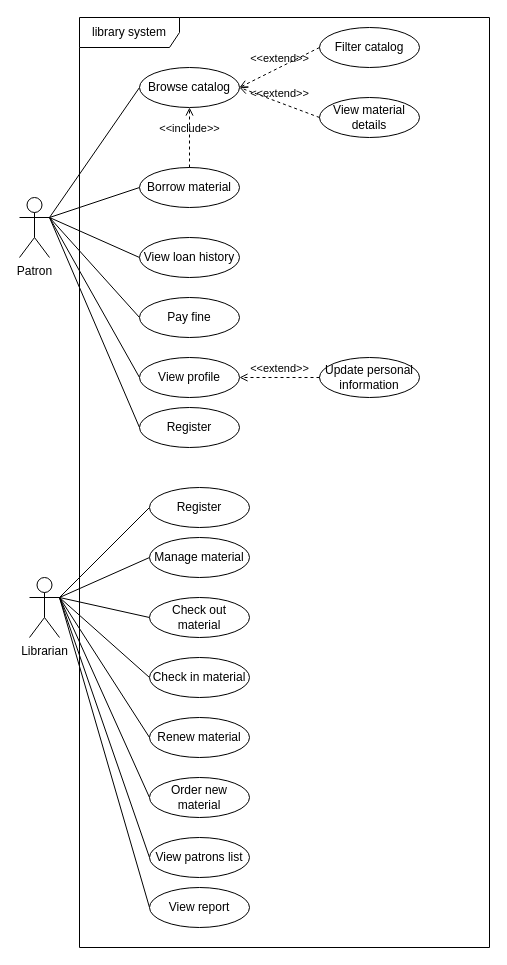
Before: docs/assets/uml-use-case.drawio in creme332/biblionex, a draw.io diagram. Source tidied: cells renumbered, new cells numbered last; positions are measured from the earlier drawing's top-left corner, leaving out a move shared by most shapes. Both pictures are drawn from the tidied source at 100%, with x=0, y=0 at pixel (19, 17).
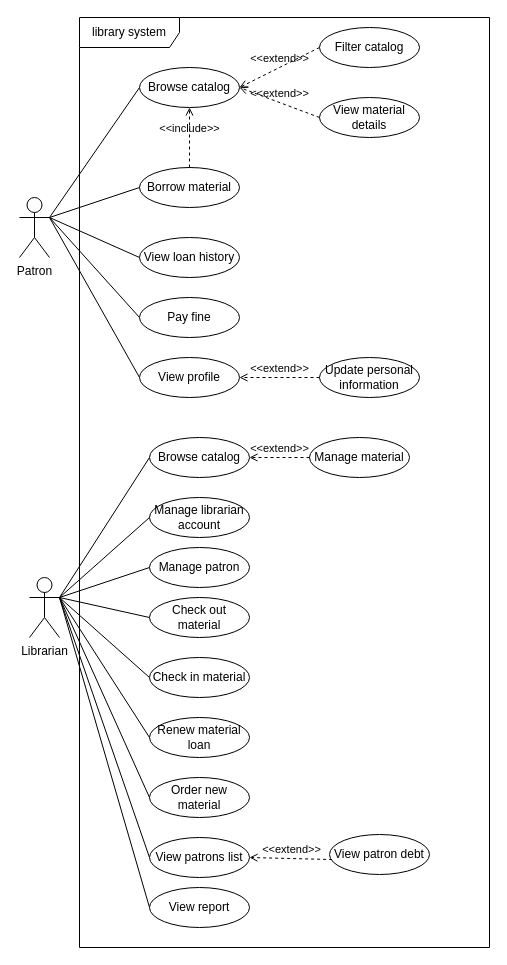
After the change.

Commit message:
- remove register use case - add browse catalog as use case for librarian

Unchanged cells that the change refers to:
```xml
<mxCell id="8" value="Patron" style="shape=umlActor;verticalLabelPosition=bottom;verticalAlign=top;html=1;" parent="1" vertex="1">
  <mxGeometry y="180" width="30" height="60" as="geometry" />
</mxCell>
<mxCell id="27" value="Librarian" style="shape=umlActor;verticalLabelPosition=bottom;verticalAlign=top;html=1;" parent="1" vertex="1">
  <mxGeometry x="10" y="560" width="30" height="60" as="geometry" />
</mxCell>
<mxCell id="36" value="View patrons list" style="ellipse;whiteSpace=wrap;html=1;align=center;" parent="1" vertex="1">
  <mxGeometry x="130" y="820" width="100" height="40" as="geometry" />
</mxCell>
```

Change to the diagram source:
```diff
@@
-    <mxCell id="7" style="edgeStyle=none;html=1;exitX=1;exitY=0.3333333333333333;exitDx=0;exitDy=0;exitPerimeter=0;entryX=0;entryY=0.5;entryDx=0;entryDy=0;endArrow=none;endFill=0;" parent="1" edge="1" source="8" target="38">
-      <mxGeometry relative="1" as="geometry" />
-    </mxCell>
@@
-    <mxCell id="11" value="Renew material" style="ellipse;whiteSpace=wrap;html=1;align=center;" parent="1" vertex="1">
+    <mxCell id="11" value="Renew material loan" style="ellipse;whiteSpace=wrap;html=1;align=center;" parent="1" vertex="1">
       <mxGeometry x="130" y="700" width="100" height="40" as="geometry" />
     </mxCell>
@@
-    <mxCell id="19" style="edgeStyle=none;html=1;exitX=1;exitY=0.3333333333333333;exitDx=0;exitDy=0;exitPerimeter=0;entryX=0;entryY=0.5;entryDx=0;entryDy=0;endArrow=none;endFill=0;" parent="1" edge="1" source="27" target="28">
-      <mxGeometry relative="1" as="geometry" />
-    </mxCell>
@@
+    <mxCell id="40" style="edgeStyle=none;html=1;exitX=1;exitY=0.3333333333333333;exitDx=0;exitDy=0;exitPerimeter=0;entryX=0;entryY=0.5;entryDx=0;entryDy=0;endArrow=none;endFill=0;" parent="1" edge="1" source="27" target="46">
+      <mxGeometry relative="1" as="geometry" />
+    </mxCell>
@@
     <mxCell id="28" value="Manage material" style="ellipse;whiteSpace=wrap;html=1;align=center;" parent="1" vertex="1">
-      <mxGeometry x="130" y="520" width="100" height="40" as="geometry" />
+      <mxGeometry x="290" y="420" width="100" height="40" as="geometry" />
     </mxCell>
@@
-    <mxCell id="37" value="Register" style="ellipse;whiteSpace=wrap;html=1;align=center;" parent="1" vertex="1">
-      <mxGeometry x="130" y="470" width="100" height="40" as="geometry" />
+    <mxCell id="37" value="Manage librarian account" style="ellipse;whiteSpace=wrap;html=1;align=center;" parent="1" vertex="1">
+      <mxGeometry x="130" y="480" width="100" height="40" as="geometry" />
     </mxCell>
-    <mxCell id="38" value="Register" style="ellipse;whiteSpace=wrap;html=1;align=center;" parent="1" vertex="1">
-      <mxGeometry x="120" y="390" width="100" height="40" as="geometry" />
-    </mxCell>
@@
+    <mxCell id="41" value="View patron debt" style="ellipse;whiteSpace=wrap;html=1;align=center;" parent="1" vertex="1">
+      <mxGeometry x="310" y="817" width="100" height="40" as="geometry" />
+    </mxCell>
+    <mxCell id="42" value="&amp;lt;&amp;lt;extend&amp;gt;&amp;gt;" style="html=1;verticalAlign=bottom;labelBackgroundColor=none;endArrow=open;endFill=0;dashed=1;exitX=0.026;exitY=0.626;exitDx=0;exitDy=0;entryX=1;entryY=0.5;entryDx=0;entryDy=0;exitPerimeter=0;" parent="1" edge="1" source="41" target="36">
+      <mxGeometry relative="1" as="geometry" />
+    </mxCell>
+    <mxCell id="43" style="edgeStyle=none;html=1;exitX=0;exitY=0.5;exitDx=0;exitDy=0;entryX=1;entryY=0.3333333333333333;entryDx=0;entryDy=0;entryPerimeter=0;endArrow=none;endFill=0;" parent="1" edge="1" source="44" target="27">
+      <mxGeometry relative="1" as="geometry" />
+    </mxCell>
+    <mxCell id="44" value="Browse catalog" style="ellipse;whiteSpace=wrap;html=1;align=center;" parent="1" vertex="1">
+      <mxGeometry x="130" y="420" width="100" height="40" as="geometry" />
+    </mxCell>
+    <mxCell id="45" value="&amp;lt;&amp;lt;extend&amp;gt;&amp;gt;" style="html=1;verticalAlign=bottom;labelBackgroundColor=none;endArrow=open;endFill=0;dashed=1;exitX=0;exitY=0.5;exitDx=0;exitDy=0;entryX=1;entryY=0.5;entryDx=0;entryDy=0;" parent="1" edge="1" source="28" target="44">
+      <mxGeometry relative="1" as="geometry" />
+    </mxCell>
+    <mxCell id="46" value="Manage patron" style="ellipse;whiteSpace=wrap;html=1;align=center;" parent="1" vertex="1">
+      <mxGeometry x="130" y="530" width="100" height="40" as="geometry" />
+    </mxCell>
```
